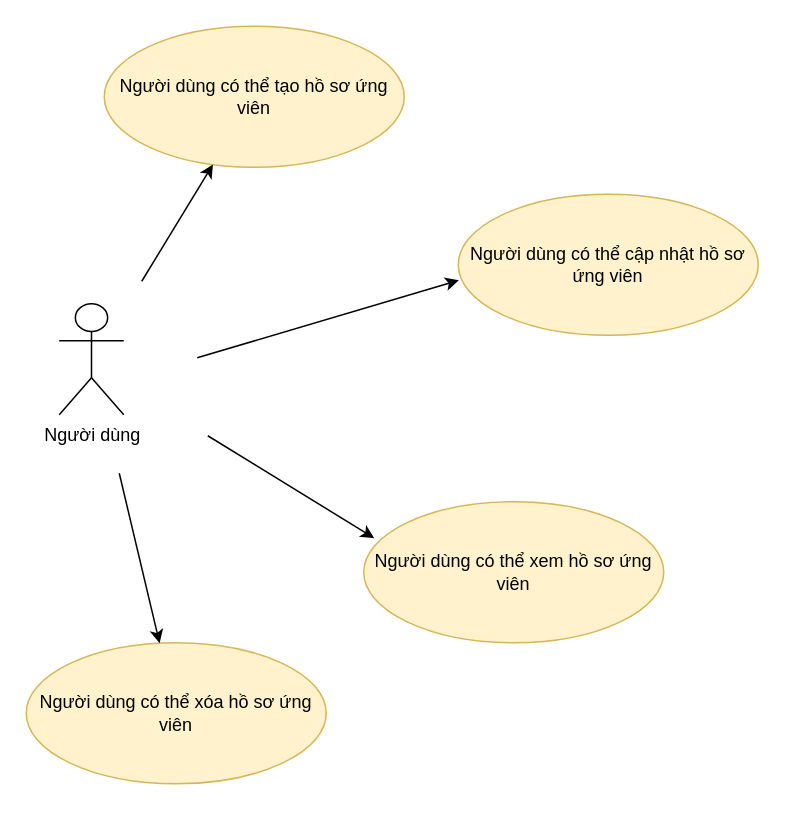
Earlier version of the draw.io diagram page "UML-BRVT" (2 of 5) of 2.1.3.4.5-Hiday.drawio (nguyenphat006/DRAW.IO_USECASE-UML). Source tidied: cells renumbered, new cells numbered last; positions are measured from the earlier drawing's top-left corner, leaving out a move shared by most shapes. Both pictures are drawn from the tidied source at 150%, with x=0, y=0 at pixel (26, 26).
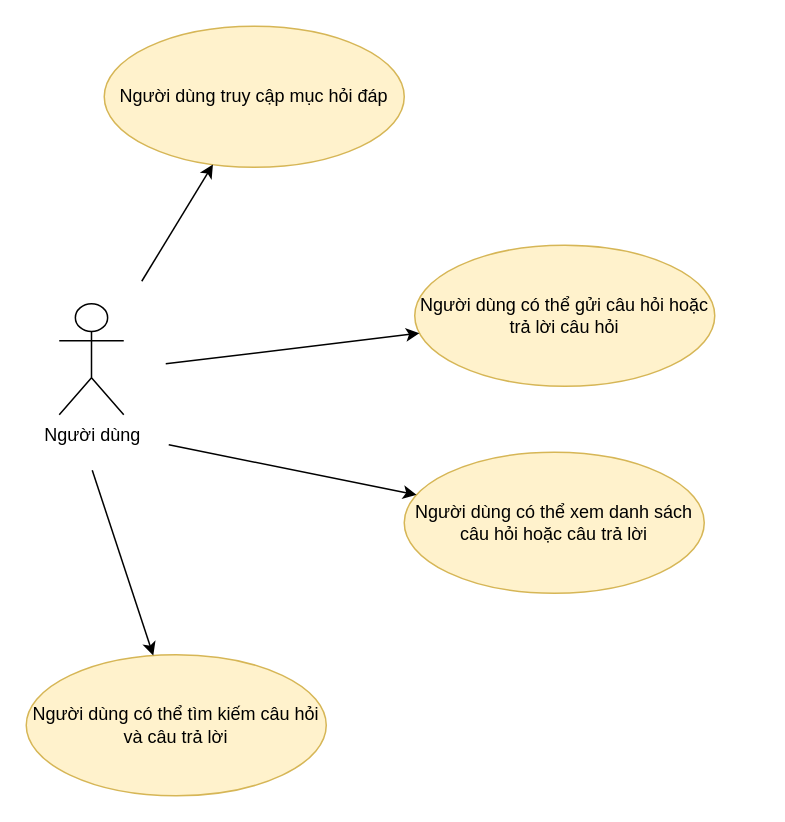
After the change.

Commit message:
Cập nhật 2.1.3.4.5-Hiday.drawio

Diff of the diagram source:
```diff
@@
 <mxGraphModel>
   <root>
     <mxCell id="0" />
     <mxCell id="1" parent="0" />
     <mxCell id="2" value="Người dùng" style="shape=umlActor;verticalLabelPosition=bottom;verticalAlign=top;html=1;" parent="1" vertex="1">
       <mxGeometry x="22" y="185" width="43" height="74" as="geometry" />
     </mxCell>
-    <mxCell id="3" value="Người dùng có thể tạo hồ sơ ứng viên" style="ellipse;whiteSpace=wrap;html=1;fillColor=#fff2cc;strokeColor=#d6b656;" parent="1" vertex="1">
+    <mxCell id="3" value="Người dùng truy cập mục hỏi đáp" style="ellipse;whiteSpace=wrap;html=1;fillColor=#fff2cc;strokeColor=#d6b656;" parent="1" vertex="1">
       <mxGeometry x="52" width="200" height="94" as="geometry" />
     </mxCell>
-    <mxCell id="4" value="Người dùng có thể cập nhật hồ sơ ứng viên" style="ellipse;whiteSpace=wrap;html=1;fillColor=#fff2cc;strokeColor=#d6b656;" parent="1" vertex="1">
-      <mxGeometry x="288" y="112" width="200" height="94" as="geometry" />
-    </mxCell>
-    <mxCell id="5" value="Người dùng có thể xem hồ sơ ứng viên" style="ellipse;whiteSpace=wrap;html=1;fillColor=#fff2cc;strokeColor=#d6b656;" parent="1" vertex="1">
-      <mxGeometry x="225" y="317" width="200" height="94" as="geometry" />
+    <mxCell id="5" value="Người dùng có thể gửi câu hỏi hoặc trả lời câu hỏi" style="ellipse;whiteSpace=wrap;html=1;fillColor=#fff2cc;strokeColor=#d6b656;" parent="1" vertex="1">
+      <mxGeometry x="259" y="146" width="200" height="94" as="geometry" />
     </mxCell>
     <mxCell id="6" style="endArrow=classic;html=1;rounded=0;" parent="1" edge="1" target="3">
       <mxGeometry relative="1" as="geometry">
         <mxPoint x="77" y="170" as="sourcePoint" />
       </mxGeometry>
     </mxCell>
-    <mxCell id="7" style="endArrow=classic;html=1;rounded=0;entryX=0.002;entryY=0.61;entryDx=0;entryDy=0;entryPerimeter=0;" parent="1" edge="1" target="4">
-      <mxGeometry relative="1" as="geometry">
-        <mxPoint x="114" y="221" as="sourcePoint" />
-      </mxGeometry>
-    </mxCell>
-    <mxCell id="8" style="endArrow=classic;html=1;rounded=0;entryX=0.035;entryY=0.258;entryDx=0;entryDy=0;entryPerimeter=0;" parent="1" edge="1" target="5">
+    <mxCell id="8" style="endArrow=classic;html=1;rounded=0;" parent="1" edge="1" target="5">
       <mxGeometry relative="1" as="geometry">
-        <mxPoint x="121" y="273" as="sourcePoint" />
+        <mxPoint x="93" y="225" as="sourcePoint" />
       </mxGeometry>
     </mxCell>
-    <mxCell id="9" value="Người dùng có thể xóa hồ sơ ứng viên" style="ellipse;whiteSpace=wrap;html=1;fillColor=#fff2cc;strokeColor=#d6b656;" parent="1" vertex="1">
-      <mxGeometry y="411" width="200" height="94" as="geometry" />
+    <mxCell id="9" value="Người dùng có thể xem danh sách câu hỏi hoặc câu trả lời" style="ellipse;whiteSpace=wrap;html=1;fillColor=#fff2cc;strokeColor=#d6b656;" parent="1" vertex="1">
+      <mxGeometry x="252" y="284" width="200" height="94" as="geometry" />
     </mxCell>
     <mxCell id="10" style="endArrow=classic;html=1;rounded=0;" parent="1" edge="1" target="9">
       <mxGeometry relative="1" as="geometry">
-        <mxPoint x="62" y="298" as="sourcePoint" />
+        <mxPoint x="95" y="279" as="sourcePoint" />
       </mxGeometry>
     </mxCell>
+    <mxCell id="11" value="Người dùng có thể tìm kiếm câu hỏi và câu trả lời" style="ellipse;whiteSpace=wrap;html=1;fillColor=#fff2cc;strokeColor=#d6b656;" parent="1" vertex="1">
+      <mxGeometry y="419" width="200" height="94" as="geometry" />
+    </mxCell>
+    <mxCell id="12" style="endArrow=classic;html=1;rounded=0;" parent="1" edge="1" target="11">
+      <mxGeometry relative="1" as="geometry">
+        <mxPoint x="44" y="296" as="sourcePoint" />
+      </mxGeometry>
+    </mxCell>
   </root>
 </mxGraphModel>
```
